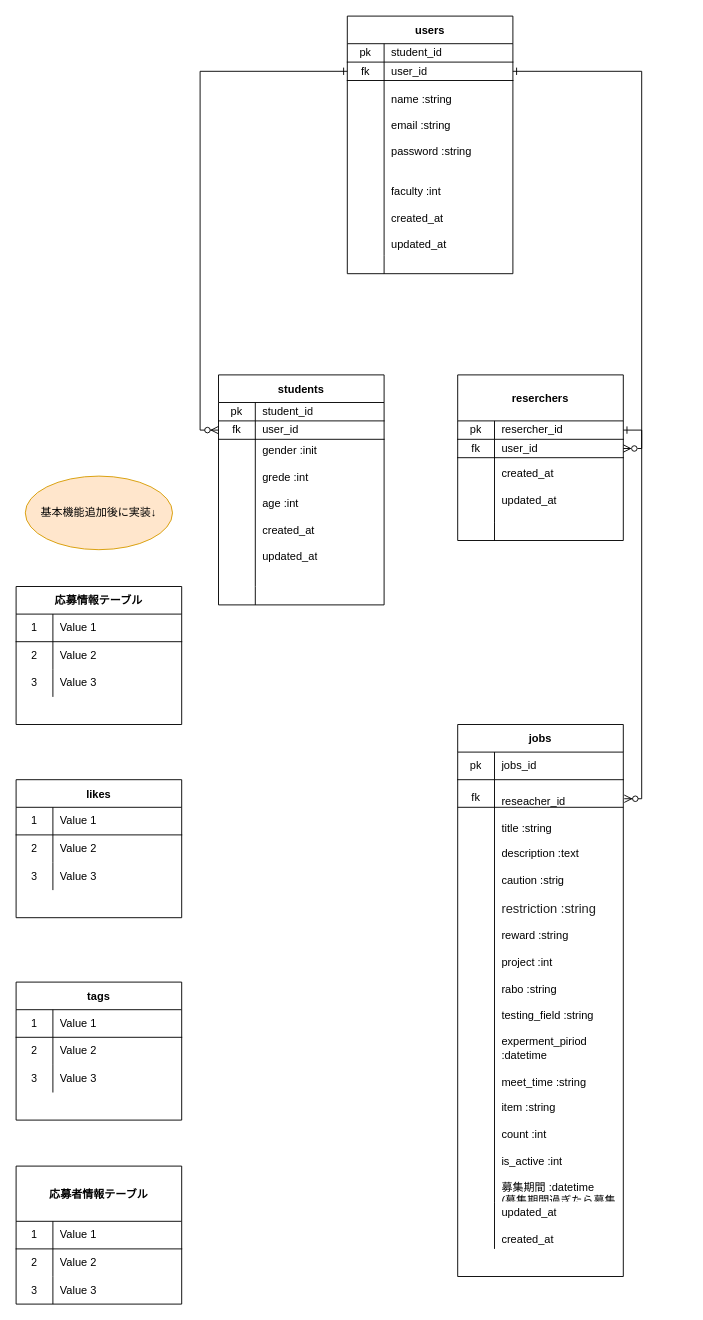
This is Untitled Diagram.drawio from nagaoka1166/tester, a draw.io file, before an edit. Source tidied: cells renumbered, new cells numbered last; positions are measured from the earlier drawing's top-left corner, leaving out a move shared by most shapes. Both pictures are drawn from the tidied source at 92%, with x=0, y=0 at pixel (16, 16).
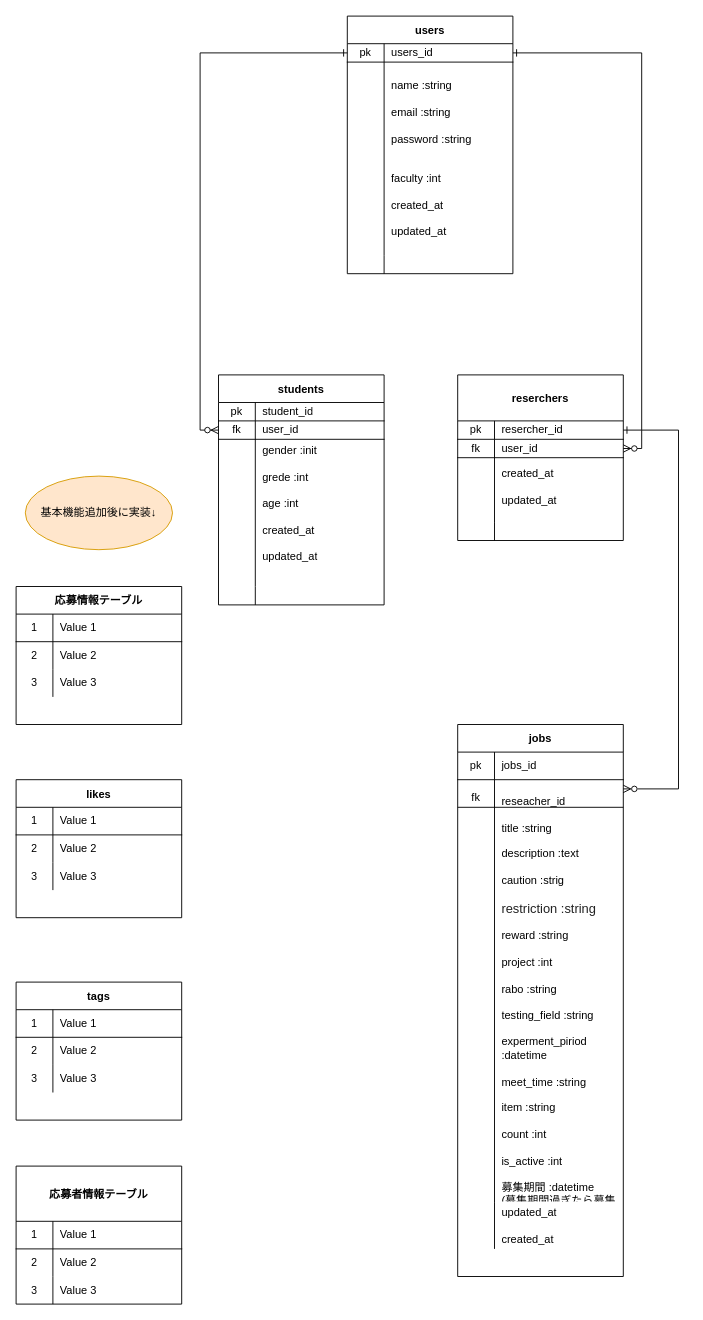
The same diagram, later.

Commit message:
テーブル設計更新

The change refers to these unchanged cells:
```xml
<mxCell id="3" style="shape=partialRectangle;html=1;whiteSpace=wrap;fillColor=none;top=0;left=0;bottom=1;right=0;points=[[0,0.5],[1,0.5]];portConstraint=eastwest;" parent="2" vertex="1">
  <mxGeometry y="50" width="180" height="20" as="geometry" />
</mxCell>
<mxCell id="26" style="shape=partialRectangle;html=1;whiteSpace=wrap;fillColor=none;top=0;left=0;bottom=0;right=0;points=[[0,0.5],[1,0.5]];portConstraint=eastwest;" parent="22" vertex="1">
  <mxGeometry y="60" width="180" height="460" as="geometry" />
</mxCell>
<mxCell id="76" style="shape=partialRectangle;html=1;whiteSpace=wrap;fillColor=none;top=0;left=0;bottom=1;right=0;points=[[0,0.5],[1,0.5]];portConstraint=eastwest;" parent="1" vertex="1">
  <mxGeometry x="480" y="460" width="180" height="20" as="geometry" />
</mxCell>
<mxCell id="80" style="shape=partialRectangle;html=1;whiteSpace=wrap;fillColor=none;top=0;left=0;bottom=1;right=0;points=[[0,0.5],[1,0.5]];portConstraint=eastwest;" parent="1" vertex="1">
  <mxGeometry x="220" y="440" width="180" height="20" as="geometry" />
</mxCell>
<mxCell id="84" style="shape=partialRectangle;html=1;whiteSpace=wrap;fillColor=none;top=0;left=0;bottom=1;right=0;points=[[0,0.5],[1,0.5]];portConstraint=eastwest;" parent="83" vertex="1">
  <mxGeometry y="30" width="180" height="20" as="geometry" />
</mxCell>
<mxCell id="87" style="shape=partialRectangle;html=1;whiteSpace=wrap;fillColor=none;top=0;left=0;bottom=0;right=0;" parent="83" vertex="1">
  <mxGeometry y="50" width="180" height="210" as="geometry" />
</mxCell>
```

Change to the diagram source:
```diff
@@
-    <mxCell id="74" style="edgeStyle=orthogonalEdgeStyle;rounded=0;jettySize=auto;html=1;exitX=1;exitY=0.5;exitDx=0;exitDy=0;entryX=1.006;entryY=0.045;entryDx=0;entryDy=0;entryPerimeter=0;endArrow=ERzeroToMany;endFill=1;startArrow=ERone;startFill=0;" parent="1" edge="1" source="3" target="26">
-      <mxGeometry relative="1" as="geometry" />
+    <mxCell id="74" style="edgeStyle=orthogonalEdgeStyle;rounded=0;jettySize=auto;html=1;exitX=1;exitY=0.5;exitDx=0;exitDy=0;endArrow=ERzeroToMany;endFill=1;startArrow=ERone;startFill=0;entryX=1;entryY=0.5;entryDx=0;entryDy=0;" parent="1" edge="1" source="3" target="76">
+      <mxGeometry relative="1" as="geometry">
+        <Array as="points">
+          <mxPoint x="680" y="450" />
+          <mxPoint x="680" y="470" />
+        </Array>
+      </mxGeometry>
     </mxCell>
@@
-    <mxCell id="79" style="edgeStyle=orthogonalEdgeStyle;rounded=0;jettySize=auto;html=1;exitX=0;exitY=0.5;exitDx=0;exitDy=0;entryX=0;entryY=0.5;entryDx=0;entryDy=0;startArrow=ERzeroToMany;startFill=1;endArrow=ERone;endFill=0;" parent="1" edge="1" source="80" target="94">
-      <mxGeometry relative="1" as="geometry" />
+    <mxCell id="79" style="edgeStyle=orthogonalEdgeStyle;rounded=0;jettySize=auto;html=1;exitX=0;exitY=0.5;exitDx=0;exitDy=0;startArrow=ERzeroToMany;startFill=1;endArrow=ERone;endFill=0;entryX=0;entryY=0.5;entryDx=0;entryDy=0;" parent="1" edge="1" source="80" target="84">
+      <mxGeometry relative="1" as="geometry">
+        <Array as="points">
+          <mxPoint x="200" y="450" />
+          <mxPoint x="200" y="40" />
+        </Array>
+      </mxGeometry>
     </mxCell>
@@
-    <mxCell id="86" value="student_id" style="shape=partialRectangle;html=1;whiteSpace=wrap;fillColor=none;top=0;left=0;bottom=0;right=0;align=left;spacingLeft=6;overflow=hidden;" parent="84" vertex="1">
+    <mxCell id="86" value="users_id" style="shape=partialRectangle;html=1;whiteSpace=wrap;fillColor=none;top=0;left=0;bottom=0;right=0;align=left;spacingLeft=6;overflow=hidden;" parent="84" vertex="1">
       <mxGeometry x="40" width="140" height="20" as="geometry" />
     </mxCell>
@@
-    <mxCell id="89" value="&lt;br&gt;&lt;br&gt;name :string&lt;br&gt;&lt;br&gt;email :string&lt;br&gt;&lt;br&gt;password :string&lt;br&gt;&lt;br&gt;&lt;br&gt;faculty :int&lt;br&gt;&lt;br&gt;created_at&lt;br&gt;&lt;br&gt;updated_at" style="shape=partialRectangle;html=1;whiteSpace=wrap;fillColor=none;top=0;left=0;bottom=0;right=0;align=left;spacingLeft=6;overflow=hidden;" parent="87" vertex="1">
+    <mxCell id="89" value="name :string&lt;br&gt;&lt;br&gt;email :string&lt;br&gt;&lt;br&gt;password :string&lt;br&gt;&lt;br&gt;&lt;br&gt;faculty :int&lt;br&gt;&lt;br&gt;created_at&lt;br&gt;&lt;br&gt;updated_at" style="shape=partialRectangle;html=1;whiteSpace=wrap;fillColor=none;top=0;left=0;bottom=0;right=0;align=left;spacingLeft=6;overflow=hidden;" parent="87" vertex="1">
       <mxGeometry x="40" width="140" height="210" as="geometry" />
     </mxCell>
@@
-    <mxCell id="93" style="edgeStyle=orthogonalEdgeStyle;rounded=0;jettySize=auto;html=1;exitX=1;exitY=0.5;exitDx=0;exitDy=0;entryX=1;entryY=0.5;entryDx=0;entryDy=0;startArrow=ERone;startFill=0;endArrow=ERzeroToMany;endFill=0;" parent="1" edge="1" source="94" target="76">
-      <mxGeometry relative="1" as="geometry" />
+    <mxCell id="93" style="edgeStyle=orthogonalEdgeStyle;rounded=0;jettySize=auto;html=1;startArrow=ERone;startFill=0;endArrow=ERzeroToMany;endFill=0;exitX=1;exitY=0.5;exitDx=0;exitDy=0;" parent="1" edge="1" source="84" target="26">
+      <mxGeometry relative="1" as="geometry">
+        <Array as="points">
+          <mxPoint x="680" y="40" />
+          <mxPoint x="680" y="450" />
+          <mxPoint x="720" y="450" />
+          <mxPoint x="720" y="840" />
+        </Array>
+      </mxGeometry>
     </mxCell>
-    <mxCell id="94" style="shape=partialRectangle;html=1;whiteSpace=wrap;fillColor=none;top=0;left=0;bottom=1;right=0;points=[[0,0.5],[1,0.5]];portConstraint=eastwest;" parent="1" vertex="1">
-      <mxGeometry x="360" y="50" width="180" height="20" as="geometry" />
-    </mxCell>
-    <mxCell id="95" value="fk" style="shape=partialRectangle;html=1;whiteSpace=wrap;fillColor=none;top=0;left=0;bottom=0;right=0;overflow=hidden;" parent="94" vertex="1">
-      <mxGeometry width="40" height="20" as="geometry" />
-    </mxCell>
-    <mxCell id="96" value="user_id" style="shape=partialRectangle;html=1;whiteSpace=wrap;fillColor=none;top=0;left=0;bottom=0;right=0;align=left;spacingLeft=6;overflow=hidden;" parent="94" vertex="1">
-      <mxGeometry x="40" width="140" height="20" as="geometry" />
-    </mxCell>
```
